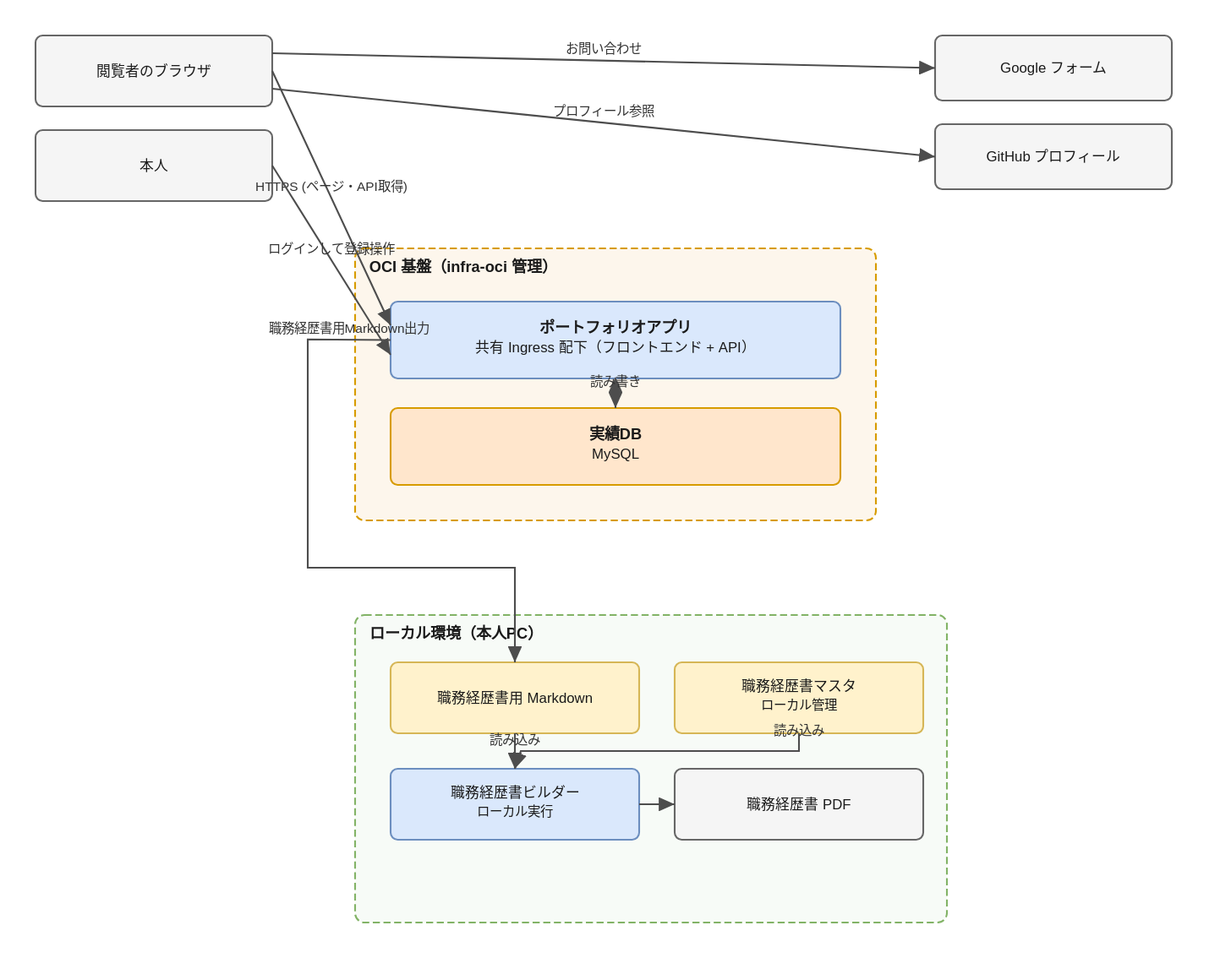
Before: docs/02.design/99.appendix/別紙_システム構成図.drawio.svg, a diagram exported from draw.io (Seiya-Nakagawa/Portfolio). Source tidied: cells renumbered, new cells last; positions are measured from the earlier drawing's top-left corner, leaving out a move shared by most shapes. Its diagram source:
```xml
<mxGraphModel>
  <root>
    <mxCell id="0" />
    <mxCell id="1" parent="0" />
    <mxCell id="2" value="閲覧者のブラウザ" style="rounded=1;arcSize=6;whiteSpace=wrap;html=1;fontSize=12;fontStyle=0;fillColor=#f5f5f5;strokeColor=#666666;" parent="1" vertex="1">
      <mxGeometry width="200" height="60" as="geometry" />
    </mxCell>
    <mxCell id="3" value="本人" style="rounded=1;arcSize=6;whiteSpace=wrap;html=1;fontSize=12;fontStyle=0;fillColor=#f5f5f5;strokeColor=#666666;" parent="1" vertex="1">
      <mxGeometry y="80" width="200" height="60" as="geometry" />
    </mxCell>
    <mxCell id="4" value="Google フォーム" style="rounded=1;arcSize=6;whiteSpace=wrap;html=1;fontSize=12;fontStyle=0;fillColor=#f5f5f5;strokeColor=#666666;" parent="1" vertex="1">
      <mxGeometry x="760" width="200" height="55" as="geometry" />
    </mxCell>
    <mxCell id="5" value="GitHub プロフィール" style="rounded=1;arcSize=6;whiteSpace=wrap;html=1;fontSize=12;fontStyle=0;fillColor=#f5f5f5;strokeColor=#666666;" parent="1" vertex="1">
      <mxGeometry x="760" y="75" width="200" height="55" as="geometry" />
    </mxCell>
    <mxCell id="6" value="OCI 基盤（infra-oci 管理）" style="rounded=1;arcSize=6;whiteSpace=wrap;html=1;verticalAlign=top;align=left;spacingLeft=10;spacingTop=2;fontSize=13;fontStyle=1;fillColor=#fdf6ec;strokeColor=#d79b00;dashed=1;dashPattern=6 3;" parent="1" vertex="1">
      <mxGeometry x="270" y="180" width="440" height="230" as="geometry" />
    </mxCell>
    <mxCell id="7" value="ポートフォリオアプリ&amp;#10;共有 Ingress 配下（フロントエンド + API）" style="rounded=1;arcSize=6;whiteSpace=wrap;html=1;fontSize=13;fontStyle=1;fillColor=#dae8fc;strokeColor=#6c8ebf;" parent="1" vertex="1">
      <mxGeometry x="300" y="225" width="380" height="65" as="geometry" />
    </mxCell>
    <mxCell id="8" value="実績DB&amp;#10;MySQL" style="rounded=1;arcSize=6;whiteSpace=wrap;html=1;fontSize=13;fontStyle=1;fillColor=#ffe6cc;strokeColor=#d79b00;" parent="1" vertex="1">
      <mxGeometry x="300" y="315" width="380" height="65" as="geometry" />
    </mxCell>
    <mxCell id="9" value="ローカル環境（本人PC）" style="rounded=1;arcSize=6;whiteSpace=wrap;html=1;verticalAlign=top;align=left;spacingLeft=10;spacingTop=2;fontSize=13;fontStyle=1;fillColor=#f7fbf7;strokeColor=#82b366;dashed=1;dashPattern=6 3;" parent="1" vertex="1">
      <mxGeometry x="270" y="490" width="500" height="260" as="geometry" />
    </mxCell>
    <mxCell id="10" value="職務経歴書用 Markdown" style="rounded=1;arcSize=6;whiteSpace=wrap;html=1;fontSize=12;fontStyle=0;fillColor=#fff2cc;strokeColor=#d6b656;" parent="1" vertex="1">
      <mxGeometry x="300" y="530" width="210" height="60" as="geometry" />
    </mxCell>
    <mxCell id="11" value="職務経歴書マスタ&amp;#10;ローカル管理" style="rounded=1;arcSize=6;whiteSpace=wrap;html=1;fontSize=12;fontStyle=0;fillColor=#fff2cc;strokeColor=#d6b656;" parent="1" vertex="1">
      <mxGeometry x="540" y="530" width="210" height="60" as="geometry" />
    </mxCell>
    <mxCell id="12" value="職務経歴書ビルダー&amp;#10;ローカル実行" style="rounded=1;arcSize=6;whiteSpace=wrap;html=1;fontSize=12;fontStyle=0;fillColor=#dae8fc;strokeColor=#6c8ebf;" parent="1" vertex="1">
      <mxGeometry x="300" y="620" width="210" height="60" as="geometry" />
    </mxCell>
    <mxCell id="13" value="職務経歴書 PDF" style="rounded=1;arcSize=6;whiteSpace=wrap;html=1;fontSize=12;fontStyle=0;fillColor=#f5f5f5;strokeColor=#666666;" parent="1" vertex="1">
      <mxGeometry x="540" y="620" width="210" height="60" as="geometry" />
    </mxCell>
    <mxCell id="14" value="HTTPS (ページ・API取得)" style="endArrow=block;html=1;rounded=0;strokeColor=#4d4d4d;strokeWidth=1.5;" parent="1" edge="1">
      <mxGeometry relative="1" as="geometry">
        <mxPoint x="200" y="30" as="sourcePoint" />
        <mxPoint x="300" y="245" as="targetPoint" />
      </mxGeometry>
    </mxCell>
    <mxCell id="15" value="お問い合わせ" style="endArrow=block;html=1;rounded=0;strokeColor=#4d4d4d;strokeWidth=1.5;" parent="1" edge="1">
      <mxGeometry relative="1" as="geometry">
        <mxPoint x="200" y="15" as="sourcePoint" />
        <mxPoint x="760" y="27.5" as="targetPoint" />
      </mxGeometry>
    </mxCell>
    <mxCell id="16" value="プロフィール参照" style="endArrow=block;html=1;rounded=0;strokeColor=#4d4d4d;strokeWidth=1.5;" parent="1" edge="1">
      <mxGeometry relative="1" as="geometry">
        <mxPoint x="200" y="45" as="sourcePoint" />
        <mxPoint x="760" y="102.5" as="targetPoint" />
      </mxGeometry>
    </mxCell>
    <mxCell id="17" value="ログインして登録操作" style="endArrow=block;html=1;rounded=0;strokeColor=#4d4d4d;strokeWidth=1.5;" parent="1" edge="1">
      <mxGeometry relative="1" as="geometry">
        <mxPoint x="200" y="110" as="sourcePoint" />
        <mxPoint x="300" y="270" as="targetPoint" />
      </mxGeometry>
    </mxCell>
    <mxCell id="18" value="読み書き" style="endArrow=block;html=1;rounded=0;strokeColor=#4d4d4d;strokeWidth=1.5;startArrow=block;startFill=1;" parent="1" edge="1">
      <mxGeometry relative="1" as="geometry">
        <mxPoint x="490" y="290" as="sourcePoint" />
        <mxPoint x="490" y="315" as="targetPoint" />
      </mxGeometry>
    </mxCell>
    <mxCell id="19" value="職務経歴書用Markdown出力" style="endArrow=block;html=1;rounded=0;strokeColor=#4d4d4d;strokeWidth=1.5;" parent="1" edge="1">
      <mxGeometry relative="1" as="geometry">
        <mxPoint x="300" y="257.5" as="sourcePoint" />
        <mxPoint x="405" y="530" as="targetPoint" />
        <Array as="points">
          <mxPoint x="230" y="257" />
          <mxPoint x="230" y="450" />
          <mxPoint x="405" y="450" />
        </Array>
      </mxGeometry>
    </mxCell>
    <mxCell id="20" value="読み込み" style="endArrow=block;html=1;rounded=0;strokeColor=#4d4d4d;strokeWidth=1.5;" parent="1" edge="1">
      <mxGeometry relative="1" as="geometry">
        <mxPoint x="405" y="590" as="sourcePoint" />
        <mxPoint x="405" y="620" as="targetPoint" />
      </mxGeometry>
    </mxCell>
    <mxCell id="21" value="読み込み" style="endArrow=block;html=1;rounded=0;strokeColor=#4d4d4d;strokeWidth=1.5;" parent="1" edge="1">
      <mxGeometry relative="1" as="geometry">
        <mxPoint x="645" y="590" as="sourcePoint" />
        <mxPoint x="405" y="620" as="targetPoint" />
        <Array as="points">
          <mxPoint x="645" y="605" />
          <mxPoint x="410" y="605" />
        </Array>
      </mxGeometry>
    </mxCell>
    <mxCell id="22" style="endArrow=block;html=1;rounded=0;strokeColor=#4d4d4d;strokeWidth=1.5;" parent="1" edge="1">
      <mxGeometry relative="1" as="geometry">
        <mxPoint x="510" y="650" as="sourcePoint" />
        <mxPoint x="540" y="650" as="targetPoint" />
      </mxGeometry>
    </mxCell>
  </root>
</mxGraphModel>
```
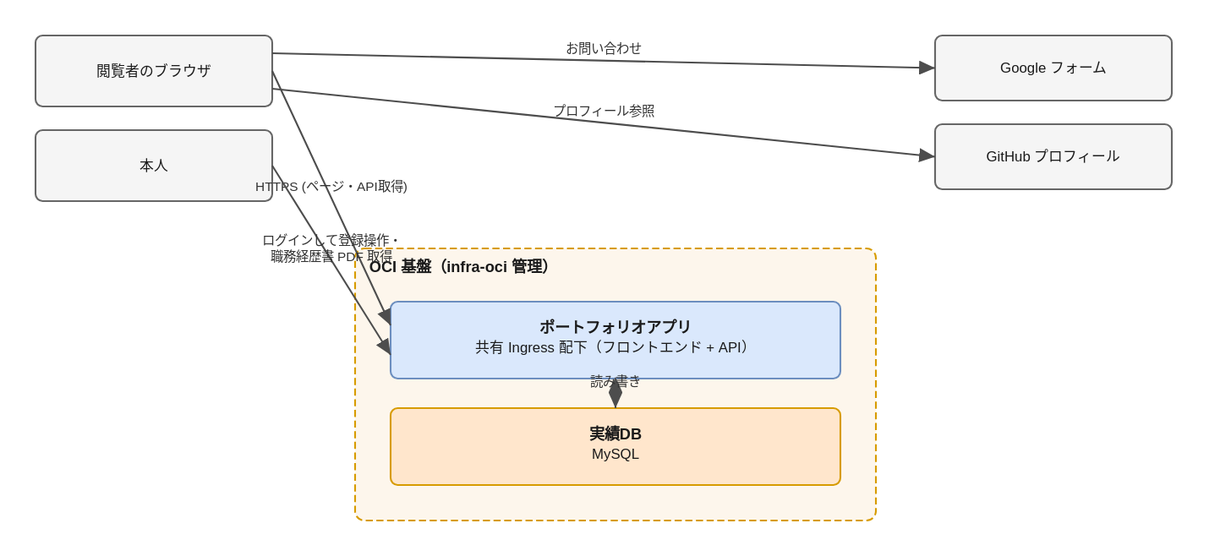
The same diagram one commit later.

The edit, as a diff of the source:
```diff
@@ -23,21 +23,6 @@
     <mxCell id="8" value="実績DB&amp;#10;MySQL" style="rounded=1;arcSize=6;whiteSpace=wrap;html=1;fontSize=13;fontStyle=1;fillColor=#ffe6cc;strokeColor=#d79b00;" parent="1" vertex="1">
       <mxGeometry x="300" y="315" width="380" height="65" as="geometry" />
     </mxCell>
-    <mxCell id="9" value="ローカル環境（本人PC）" style="rounded=1;arcSize=6;whiteSpace=wrap;html=1;verticalAlign=top;align=left;spacingLeft=10;spacingTop=2;fontSize=13;fontStyle=1;fillColor=#f7fbf7;strokeColor=#82b366;dashed=1;dashPattern=6 3;" parent="1" vertex="1">
-      <mxGeometry x="270" y="490" width="500" height="260" as="geometry" />
-    </mxCell>
-    <mxCell id="10" value="職務経歴書用 Markdown" style="rounded=1;arcSize=6;whiteSpace=wrap;html=1;fontSize=12;fontStyle=0;fillColor=#fff2cc;strokeColor=#d6b656;" parent="1" vertex="1">
-      <mxGeometry x="300" y="530" width="210" height="60" as="geometry" />
-    </mxCell>
-    <mxCell id="11" value="職務経歴書マスタ&amp;#10;ローカル管理" style="rounded=1;arcSize=6;whiteSpace=wrap;html=1;fontSize=12;fontStyle=0;fillColor=#fff2cc;strokeColor=#d6b656;" parent="1" vertex="1">
-      <mxGeometry x="540" y="530" width="210" height="60" as="geometry" />
-    </mxCell>
-    <mxCell id="12" value="職務経歴書ビルダー&amp;#10;ローカル実行" style="rounded=1;arcSize=6;whiteSpace=wrap;html=1;fontSize=12;fontStyle=0;fillColor=#dae8fc;strokeColor=#6c8ebf;" parent="1" vertex="1">
-      <mxGeometry x="300" y="620" width="210" height="60" as="geometry" />
-    </mxCell>
-    <mxCell id="13" value="職務経歴書 PDF" style="rounded=1;arcSize=6;whiteSpace=wrap;html=1;fontSize=12;fontStyle=0;fillColor=#f5f5f5;strokeColor=#666666;" parent="1" vertex="1">
-      <mxGeometry x="540" y="620" width="210" height="60" as="geometry" />
-    </mxCell>
     <mxCell id="14" value="HTTPS (ページ・API取得)" style="endArrow=block;html=1;rounded=0;strokeColor=#4d4d4d;strokeWidth=1.5;" parent="1" edge="1">
       <mxGeometry relative="1" as="geometry">
         <mxPoint x="200" y="30" as="sourcePoint" />
@@ -56,7 +41,7 @@
         <mxPoint x="760" y="102.5" as="targetPoint" />
       </mxGeometry>
     </mxCell>
-    <mxCell id="17" value="ログインして登録操作" style="endArrow=block;html=1;rounded=0;strokeColor=#4d4d4d;strokeWidth=1.5;" parent="1" edge="1">
+    <mxCell id="17" value="ログインして登録操作・&amp;#10;職務経歴書 PDF 取得" style="endArrow=block;html=1;rounded=0;strokeColor=#4d4d4d;strokeWidth=1.5;" parent="1" edge="1">
       <mxGeometry relative="1" as="geometry">
         <mxPoint x="200" y="110" as="sourcePoint" />
         <mxPoint x="300" y="270" as="targetPoint" />
@@ -68,38 +53,5 @@
         <mxPoint x="490" y="315" as="targetPoint" />
       </mxGeometry>
     </mxCell>
-    <mxCell id="19" value="職務経歴書用Markdown出力" style="endArrow=block;html=1;rounded=0;strokeColor=#4d4d4d;strokeWidth=1.5;" parent="1" edge="1">
-      <mxGeometry relative="1" as="geometry">
-        <mxPoint x="300" y="257.5" as="sourcePoint" />
-        <mxPoint x="405" y="530" as="targetPoint" />
-        <Array as="points">
-          <mxPoint x="230" y="257" />
-          <mxPoint x="230" y="450" />
-          <mxPoint x="405" y="450" />
-        </Array>
-      </mxGeometry>
-    </mxCell>
-    <mxCell id="20" value="読み込み" style="endArrow=block;html=1;rounded=0;strokeColor=#4d4d4d;strokeWidth=1.5;" parent="1" edge="1">
-      <mxGeometry relative="1" as="geometry">
-        <mxPoint x="405" y="590" as="sourcePoint" />
-        <mxPoint x="405" y="620" as="targetPoint" />
-      </mxGeometry>
-    </mxCell>
-    <mxCell id="21" value="読み込み" style="endArrow=block;html=1;rounded=0;strokeColor=#4d4d4d;strokeWidth=1.5;" parent="1" edge="1">
-      <mxGeometry relative="1" as="geometry">
-        <mxPoint x="645" y="590" as="sourcePoint" />
-        <mxPoint x="405" y="620" as="targetPoint" />
-        <Array as="points">
-          <mxPoint x="645" y="605" />
-          <mxPoint x="410" y="605" />
-        </Array>
-      </mxGeometry>
-    </mxCell>
-    <mxCell id="22" style="endArrow=block;html=1;rounded=0;strokeColor=#4d4d4d;strokeWidth=1.5;" parent="1" edge="1">
-      <mxGeometry relative="1" as="geometry">
-        <mxPoint x="510" y="650" as="sourcePoint" />
-        <mxPoint x="540" y="650" as="targetPoint" />
-      </mxGeometry>
-    </mxCell>
   </root>
 </mxGraphModel>
```
